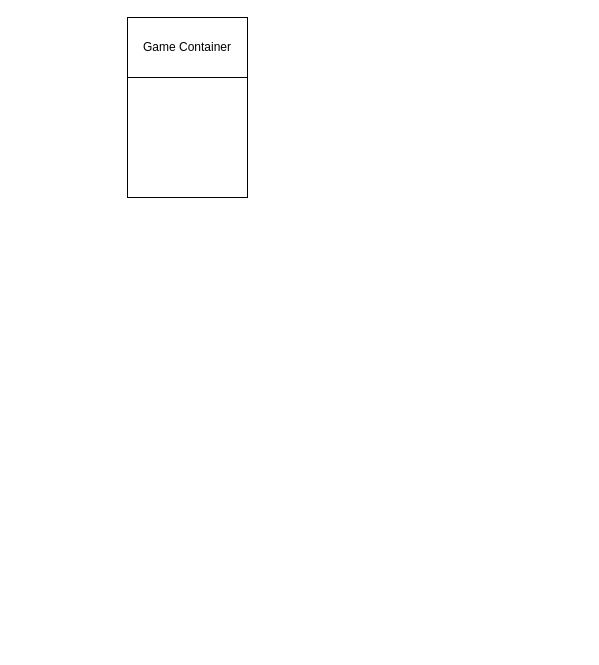
The draw.io diagram diagram.drawio in sandramolina/diagrams, before the edit. Source tidied: cells renumbered, new cells numbered last; positions are measured from the earlier drawing's top-left corner, leaving out a move shared by most shapes. Both pictures are drawn from the tidied source at 100%, with x=0, y=0 at pixel (127, 17). Pictures stored in the file or linked from it are replaced by grey dashed boxes.
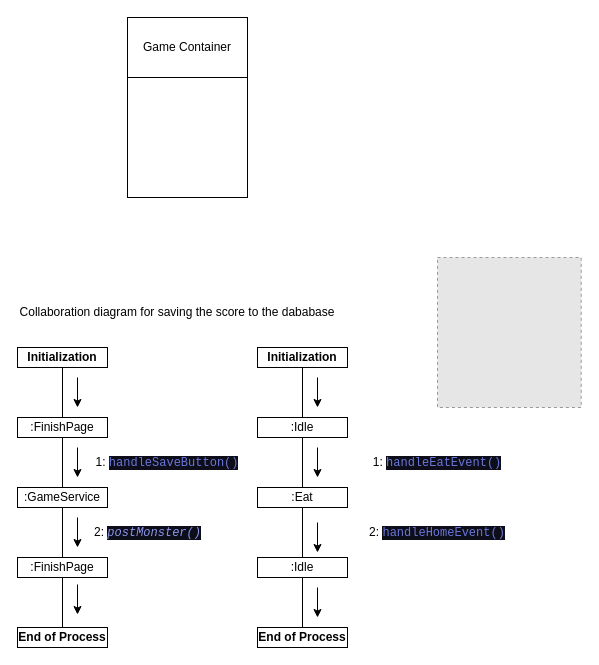
The same diagram, later.

The edit, as a diff of the source:
```diff
@@
+    <mxCell id="4" value="Collaboration diagram for saving the score to the dababase" style="text;html=1;strokeColor=none;fillColor=none;align=center;verticalAlign=middle;whiteSpace=wrap;rounded=0;" parent="1" vertex="1">
+      <mxGeometry x="-110" y="280" width="320" height="30" as="geometry" />
+    </mxCell>
+    <mxCell id="5" style="edgeStyle=orthogonalEdgeStyle;rounded=0;jettySize=auto;html=1;entryX=0.5;entryY=0;entryDx=0;entryDy=0;endArrow=none;endFill=0;" parent="1" edge="1" source="6" target="8">
+      <mxGeometry relative="1" as="geometry" />
+    </mxCell>
+    <mxCell id="6" value="&lt;b&gt;Initialization&lt;/b&gt;" style="rounded=0;whiteSpace=wrap;html=1;" parent="1" vertex="1">
+      <mxGeometry x="-110" y="330" width="90" height="20" as="geometry" />
+    </mxCell>
+    <mxCell id="7" style="edgeStyle=orthogonalEdgeStyle;rounded=0;jettySize=auto;html=1;entryX=0.5;entryY=0;entryDx=0;entryDy=0;endArrow=none;endFill=0;" parent="1" edge="1" source="8" target="12">
+      <mxGeometry relative="1" as="geometry" />
+    </mxCell>
+    <mxCell id="8" value=":FinishPage" style="rounded=0;whiteSpace=wrap;html=1;" parent="1" vertex="1">
+      <mxGeometry x="-110" y="400" width="90" height="20" as="geometry" />
+    </mxCell>
+    <mxCell id="9" style="endArrow=classic;html=1;rounded=0;" parent="1" edge="1">
+      <mxGeometry relative="1" as="geometry">
+        <mxPoint x="-50" y="360" as="sourcePoint" />
+        <mxPoint x="-50" y="390" as="targetPoint" />
+      </mxGeometry>
+    </mxCell>
+    <mxCell id="10" value="1:&amp;nbsp;&lt;span style=&quot;color: rgb(106, 119, 216); background-color: rgb(14, 13, 26); font-family: &amp;quot;JetBrains Mono&amp;quot;, &amp;quot;Fira Code&amp;quot;, monospace, Menlo, Monaco, &amp;quot;Courier New&amp;quot;, monospace;&quot;&gt;handleSaveButton()&lt;/span&gt;" style="text;html=1;strokeColor=none;fillColor=none;align=center;verticalAlign=middle;whiteSpace=wrap;rounded=0;" parent="1" vertex="1">
+      <mxGeometry x="-40" y="430" width="160" height="30" as="geometry" />
+    </mxCell>
+    <mxCell id="11" style="edgeStyle=orthogonalEdgeStyle;rounded=0;jettySize=auto;html=1;endArrow=none;endFill=0;" parent="1" edge="1" source="12" target="15">
+      <mxGeometry relative="1" as="geometry" />
+    </mxCell>
+    <mxCell id="12" value=":GameService" style="rounded=0;whiteSpace=wrap;html=1;" parent="1" vertex="1">
+      <mxGeometry x="-110" y="470" width="90" height="20" as="geometry" />
+    </mxCell>
+    <mxCell id="13" style="endArrow=classic;html=1;rounded=0;" parent="1" edge="1">
+      <mxGeometry relative="1" as="geometry">
+        <mxPoint x="-50" y="430" as="sourcePoint" />
+        <mxPoint x="-50" y="460" as="targetPoint" />
+      </mxGeometry>
+    </mxCell>
+    <mxCell id="14" style="edgeStyle=orthogonalEdgeStyle;rounded=0;jettySize=auto;html=1;entryX=0.5;entryY=0;entryDx=0;entryDy=0;endArrow=none;endFill=0;" parent="1" edge="1" source="15" target="18">
+      <mxGeometry relative="1" as="geometry" />
+    </mxCell>
+    <mxCell id="15" value=":FinishPage" style="rounded=0;whiteSpace=wrap;html=1;" parent="1" vertex="1">
+      <mxGeometry x="-110" y="540" width="90" height="20" as="geometry" />
+    </mxCell>
+    <mxCell id="16" style="endArrow=classic;html=1;rounded=0;" parent="1" edge="1">
+      <mxGeometry relative="1" as="geometry">
+        <mxPoint x="-50" y="500" as="sourcePoint" />
+        <mxPoint x="-50" y="530" as="targetPoint" />
+      </mxGeometry>
+    </mxCell>
+    <mxCell id="17" value="2:&amp;nbsp;&lt;span style=&quot;color: rgb(140, 151, 234); font-style: italic; background-color: rgb(14, 13, 26); font-family: &amp;quot;JetBrains Mono&amp;quot;, &amp;quot;Fira Code&amp;quot;, monospace, Menlo, Monaco, &amp;quot;Courier New&amp;quot;, monospace;&quot;&gt;postMonster()&lt;/span&gt;" style="text;html=1;align=center;verticalAlign=middle;strokeColor=none;fillColor=none;" parent="1" vertex="1">
+      <mxGeometry x="-40" y="505" width="120" height="20" as="geometry" />
+    </mxCell>
+    <mxCell id="18" value="&lt;b&gt;End of Process&lt;/b&gt;" style="rounded=0;whiteSpace=wrap;html=1;" parent="1" vertex="1">
+      <mxGeometry x="-110" y="610" width="90" height="20" as="geometry" />
+    </mxCell>
+    <mxCell id="19" style="endArrow=classic;html=1;rounded=0;" parent="1" edge="1">
+      <mxGeometry relative="1" as="geometry">
+        <mxPoint x="-50" y="567" as="sourcePoint" />
+        <mxPoint x="-50" y="597" as="targetPoint" />
+      </mxGeometry>
+    </mxCell>
+    <mxCell id="20" style="fillColor=#E6E6E6;strokeColor=#999999;dashed=1;verticalLabelPosition=bottom;labelBackgroundColor=default;verticalAlign=top;" parent="1" vertex="1">
+      <mxGeometry x="310" y="240" width="143.7" height="150" as="geometry" />
+    </mxCell>
+    <mxCell id="21" style="edgeStyle=orthogonalEdgeStyle;rounded=0;jettySize=auto;html=1;entryX=0.5;entryY=0;entryDx=0;entryDy=0;endArrow=none;endFill=0;" parent="1" edge="1" source="22" target="24">
+      <mxGeometry relative="1" as="geometry" />
+    </mxCell>
+    <mxCell id="22" value="&lt;b&gt;Initialization&lt;/b&gt;" style="rounded=0;whiteSpace=wrap;html=1;" parent="1" vertex="1">
+      <mxGeometry x="130" y="330" width="90" height="20" as="geometry" />
+    </mxCell>
+    <mxCell id="23" style="edgeStyle=orthogonalEdgeStyle;rounded=0;jettySize=auto;html=1;entryX=0.5;entryY=0;entryDx=0;entryDy=0;endArrow=none;endFill=0;" parent="1" edge="1" source="24" target="27">
+      <mxGeometry relative="1" as="geometry" />
+    </mxCell>
+    <mxCell id="24" value=":Idle" style="rounded=0;whiteSpace=wrap;html=1;" parent="1" vertex="1">
+      <mxGeometry x="130" y="400" width="90" height="20" as="geometry" />
+    </mxCell>
+    <mxCell id="25" style="endArrow=classic;html=1;rounded=0;" parent="1" edge="1">
+      <mxGeometry relative="1" as="geometry">
+        <mxPoint x="190" y="360" as="sourcePoint" />
+        <mxPoint x="190" y="390" as="targetPoint" />
+      </mxGeometry>
+    </mxCell>
+    <mxCell id="26" style="edgeStyle=orthogonalEdgeStyle;rounded=0;jettySize=auto;html=1;entryX=0.5;entryY=0;entryDx=0;entryDy=0;endArrow=none;endFill=0;" parent="1" edge="1" source="27" target="31">
+      <mxGeometry relative="1" as="geometry" />
+    </mxCell>
+    <mxCell id="27" value=":Eat" style="rounded=0;whiteSpace=wrap;html=1;" parent="1" vertex="1">
+      <mxGeometry x="130" y="470" width="90" height="20" as="geometry" />
+    </mxCell>
+    <mxCell id="28" style="endArrow=classic;html=1;rounded=0;" parent="1" edge="1">
+      <mxGeometry relative="1" as="geometry">
+        <mxPoint x="190" y="430" as="sourcePoint" />
+        <mxPoint x="190" y="460" as="targetPoint" />
+      </mxGeometry>
+    </mxCell>
+    <mxCell id="29" value="1:&amp;nbsp;&lt;span style=&quot;color: rgb(106, 119, 216); background-color: rgb(14, 13, 26); font-family: &amp;quot;JetBrains Mono&amp;quot;, &amp;quot;Fira Code&amp;quot;, monospace, Menlo, Monaco, &amp;quot;Courier New&amp;quot;, monospace;&quot;&gt;handleEatEvent()&lt;/span&gt;" style="text;html=1;strokeColor=none;fillColor=none;align=center;verticalAlign=middle;whiteSpace=wrap;rounded=0;" parent="1" vertex="1">
+      <mxGeometry x="230" y="430" width="160" height="30" as="geometry" />
+    </mxCell>
+    <mxCell id="30" style="edgeStyle=orthogonalEdgeStyle;rounded=0;jettySize=auto;html=1;entryX=0.5;entryY=0;entryDx=0;entryDy=0;endArrow=none;endFill=0;" parent="1" edge="1" source="31" target="34">
+      <mxGeometry relative="1" as="geometry" />
+    </mxCell>
+    <mxCell id="31" value=":Idle" style="rounded=0;whiteSpace=wrap;html=1;" parent="1" vertex="1">
+      <mxGeometry x="130" y="540" width="90" height="20" as="geometry" />
+    </mxCell>
+    <mxCell id="32" style="endArrow=classic;html=1;rounded=0;" parent="1" edge="1">
+      <mxGeometry relative="1" as="geometry">
+        <mxPoint x="190" y="505" as="sourcePoint" />
+        <mxPoint x="190" y="535" as="targetPoint" />
+      </mxGeometry>
+    </mxCell>
+    <mxCell id="33" value="2:&amp;nbsp;&lt;span style=&quot;color: rgb(106, 119, 216); background-color: rgb(14, 13, 26); font-family: &amp;quot;JetBrains Mono&amp;quot;, &amp;quot;Fira Code&amp;quot;, monospace, Menlo, Monaco, &amp;quot;Courier New&amp;quot;, monospace;&quot;&gt;handleHomeEvent()&lt;/span&gt;" style="text;html=1;strokeColor=none;fillColor=none;align=center;verticalAlign=middle;whiteSpace=wrap;rounded=0;" parent="1" vertex="1">
+      <mxGeometry x="230" y="500" width="160" height="30" as="geometry" />
+    </mxCell>
+    <mxCell id="34" value="&lt;b&gt;End of Process&lt;/b&gt;" style="rounded=0;whiteSpace=wrap;html=1;" parent="1" vertex="1">
+      <mxGeometry x="130" y="610" width="90" height="20" as="geometry" />
+    </mxCell>
+    <mxCell id="35" style="endArrow=classic;html=1;rounded=0;" parent="1" edge="1">
+      <mxGeometry relative="1" as="geometry">
+        <mxPoint x="190" y="570" as="sourcePoint" />
+        <mxPoint x="190" y="600" as="targetPoint" />
+      </mxGeometry>
+    </mxCell>
```
